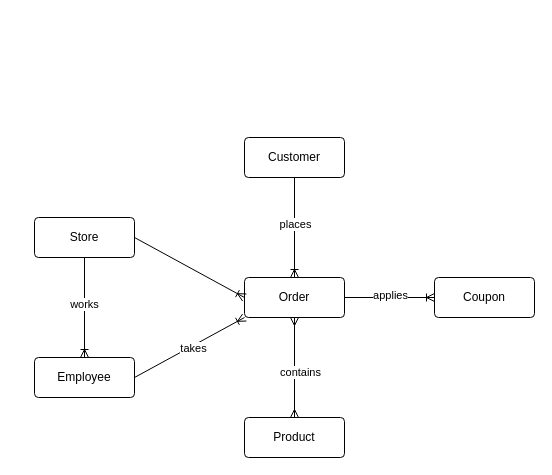
Devekr63/EssentialSQLSamples keeps this draw.io diagram as PizzaDB/PracticePizzaDB.drawio. Above is the earlier version. Source tidied: cells renumbered, new cells numbered last; positions are measured from the earlier drawing's top-left corner, leaving out a move shared by most shapes. Both pictures are drawn from the tidied source at 100%, with x=0, y=0 at pixel (34, 137).
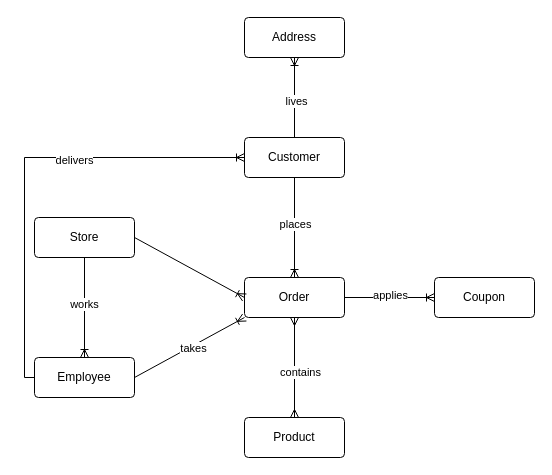
The same page after the edit.

Unchanged cells that the change refers to:
```xml
<mxCell id="3" value="Customer" style="rounded=1;arcSize=10;whiteSpace=wrap;html=1;align=center;" parent="1" vertex="1">
  <mxGeometry x="210" width="100" height="40" as="geometry" />
</mxCell>
<mxCell id="4" value="Employee" style="rounded=1;arcSize=10;whiteSpace=wrap;html=1;align=center;" parent="1" vertex="1">
  <mxGeometry y="220" width="100" height="40" as="geometry" />
</mxCell>
```

Diff of the diagram source:
```diff
@@
+    <mxCell id="19" value="Address" style="rounded=1;arcSize=10;whiteSpace=wrap;html=1;align=center;" parent="1" vertex="1">
+      <mxGeometry x="210" y="-120" width="100" height="40" as="geometry" />
+    </mxCell>
+    <mxCell id="20" style="fontSize=12;html=1;endArrow=ERoneToMany;rounded=0;exitX=0.5;exitY=0;exitDx=0;exitDy=0;entryX=0.5;entryY=1;entryDx=0;entryDy=0;" parent="1" edge="1" source="3" target="19">
+      <mxGeometry relative="1" as="geometry" />
+    </mxCell>
+    <mxCell id="21" value="lives" style="edgeLabel;html=1;align=center;verticalAlign=middle;" parent="20" vertex="1">
+      <mxGeometry x="-0.08" y="-1" relative="1" as="geometry" />
+    </mxCell>
+    <mxCell id="22" style="edgeStyle=orthogonalEdgeStyle;fontSize=12;html=1;endArrow=ERoneToMany;rounded=0;exitX=0;exitY=0.5;exitDx=0;exitDy=0;entryX=0;entryY=0.5;entryDx=0;entryDy=0;" parent="1" edge="1" source="4" target="3">
+      <mxGeometry relative="1" as="geometry" />
+    </mxCell>
+    <mxCell id="23" value="delivers" style="edgeLabel;html=1;align=center;verticalAlign=middle;" parent="22" vertex="1">
+      <mxGeometry x="0.24" y="-2" relative="1" as="geometry" />
+    </mxCell>
```
